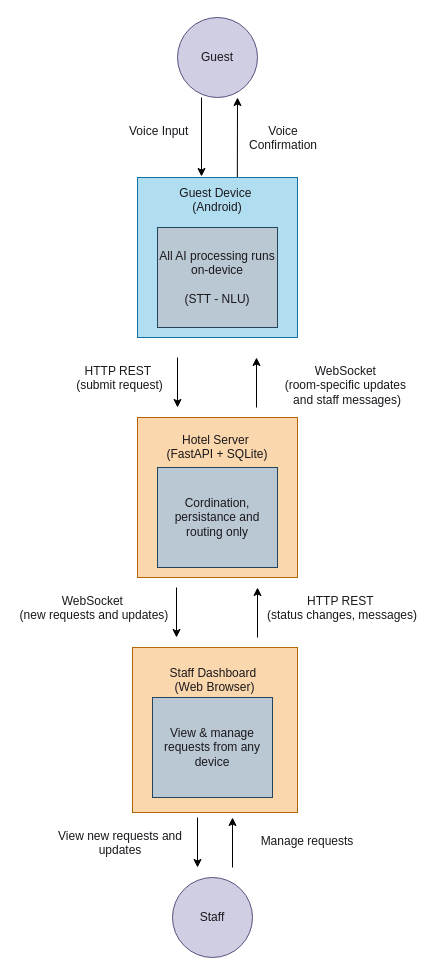
This is page "5-1" (3 of 5) of documents/diagrams/diagrams.drawio from mdpw/msc-research, a draw.io file, before an edit. Source tidied: cells renumbered, new cells numbered last; positions are measured from the earlier drawing's top-left corner, leaving out a move shared by most shapes. Both pictures are drawn from the tidied source at 100%, with x=0, y=0 at pixel (17, 17).
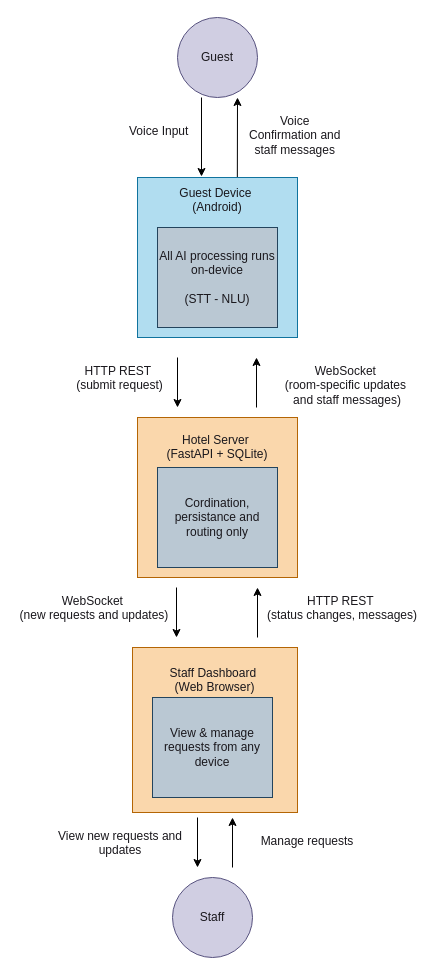
After the change.

The edit, as a diff of the source:
```diff
@@
-    <mxCell id="8" value="&lt;div style=&quot;text-align: center;&quot;&gt;&lt;span style=&quot;background-color: initial;&quot;&gt;Voice Confirmation&lt;/span&gt;&lt;/div&gt;" style="text;whiteSpace=wrap;html=1;fontColor=#1A181D;" parent="1" vertex="1">
-      <mxGeometry x="230" y="100" width="70" height="40" as="geometry" />
+    <mxCell id="8" value="&lt;div style=&quot;text-align: center;&quot;&gt;&lt;span style=&quot;background-color: initial;&quot;&gt;Voice Confirmation&amp;nbsp;&lt;/span&gt;&lt;span style=&quot;background-color: transparent; color: light-dark(rgb(26, 24, 29), rgb(217, 215, 220));&quot;&gt;and staff messages&lt;/span&gt;&lt;/div&gt;" style="text;whiteSpace=wrap;html=1;fontColor=#1A181D;" parent="1" vertex="1">
+      <mxGeometry x="230" y="90" width="80" height="40" as="geometry" />
     </mxCell>
```
